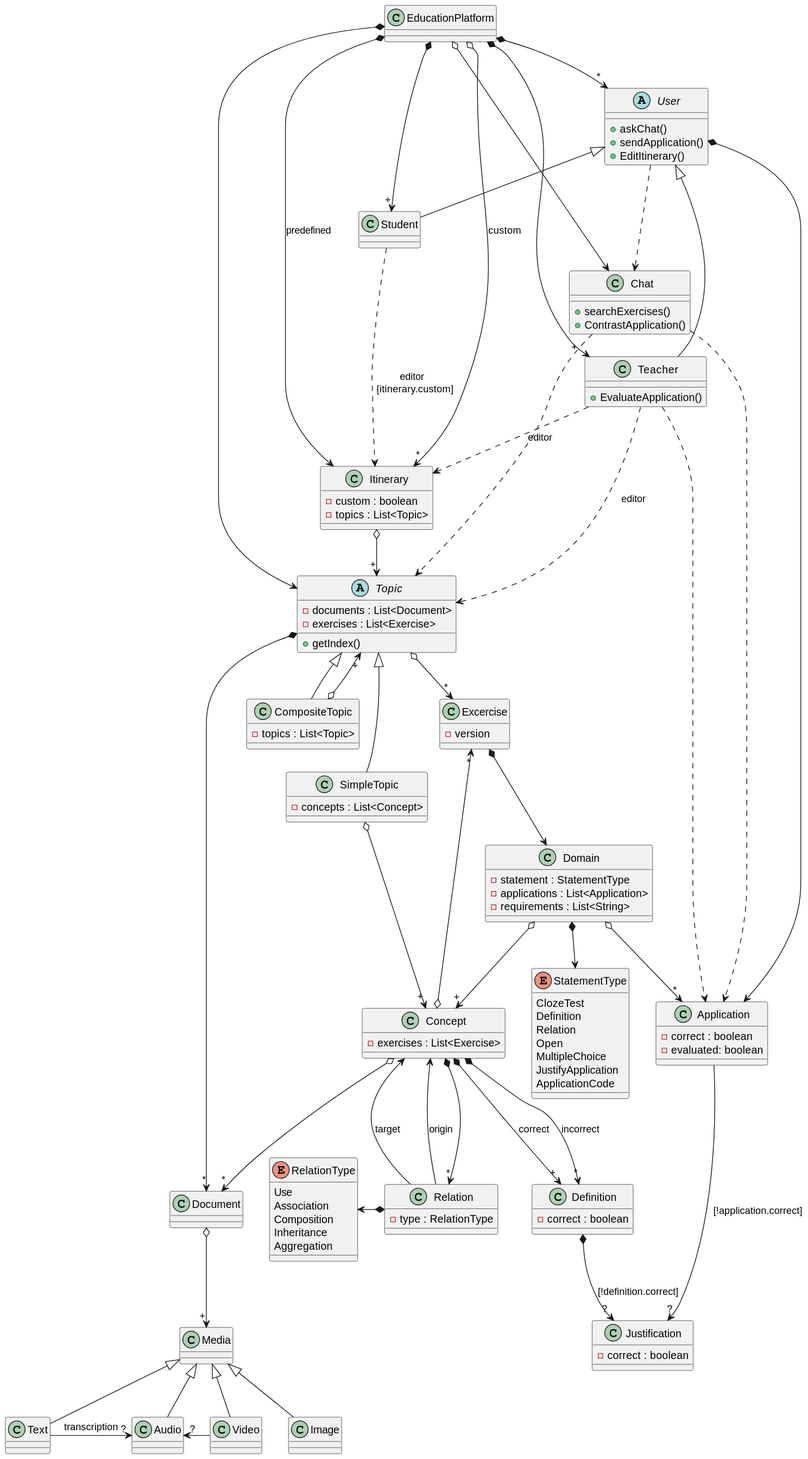
Earlier version of the PlantUML export out/Diagrams/EducationPlatform/Domain/EducationPlatformDomain.svg (jumpering/lab-turing).
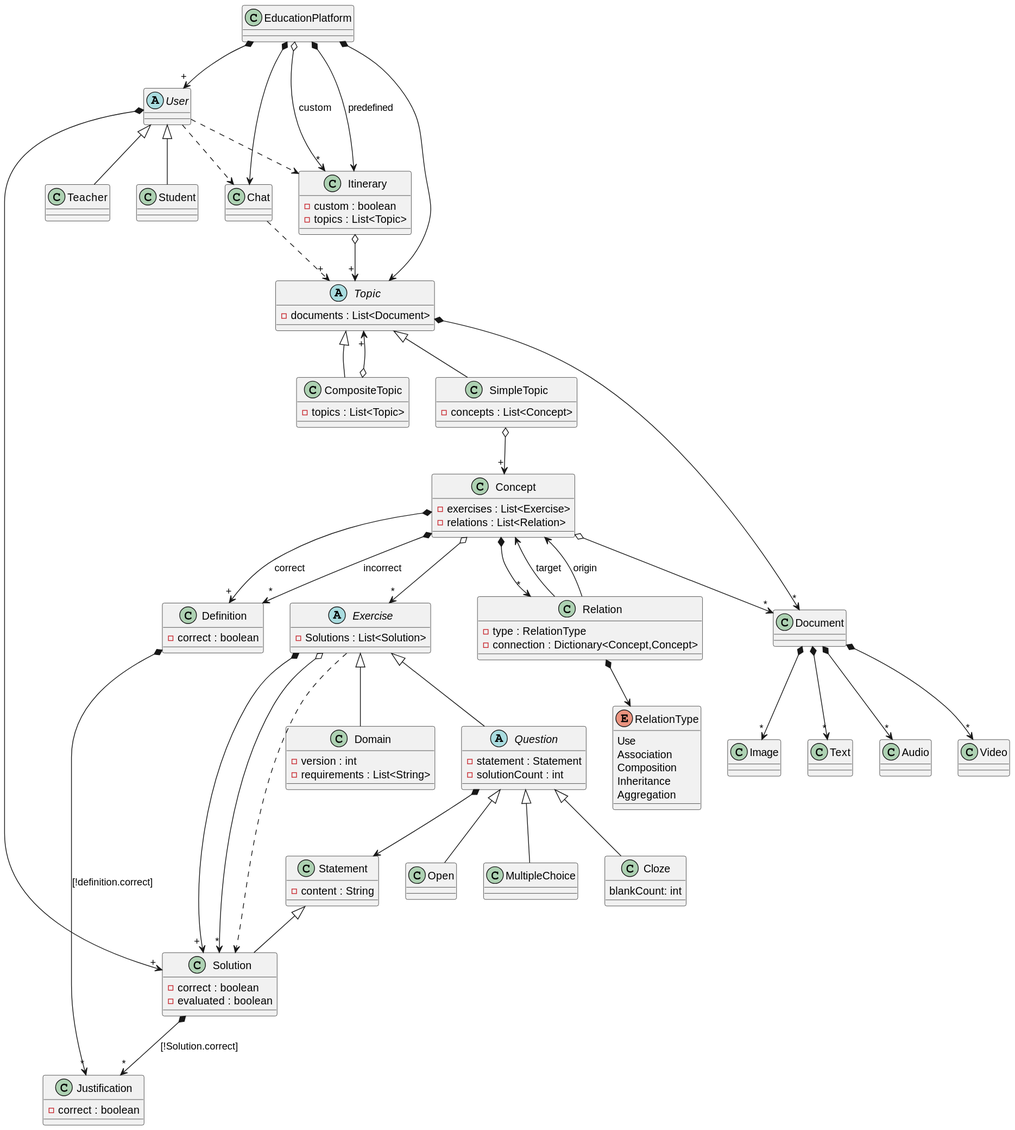
Later version of the same file.

Commit message:
export diagram

What changed in the source:
```diff
@@ -1,25 +1,28 @@
 @startuml
-EducationPlatform *--> "+" Teacher
-EducationPlatform *--> "+" Student
+EducationPlatform *--> "+" User
 EducationPlatform *--> Topic
 EducationPlatform *--> Itinerary : predefined
 EducationPlatform o--> "*" Itinerary : custom
-EducationPlatform o--> Chat
-EducationPlatform *--> "*" User
+EducationPlatform *--> Chat
 
+abstract User{
+}
 
+User <|-- Teacher
+User <|-- Student
+User *-->"+" Solution
+User ..> Chat
+User ..> Itinerary
 
+class Teacher{
+}
+
+class Student{
+}
 
 class Chat{
-    + searchExercises()
-    + ContrastApplication()
 }
-Chat ..> Topic
-Chat ..> Application
-
-
-
-
+Chat ..> "+" Topic
 
 class Itinerary {
     - custom : boolean
@@ -27,163 +30,96 @@
 }
 Itinerary o--> "+" Topic
 
-
-
-
-
-class Application {
-    - correct : boolean
-    - evaluated: boolean
-}
-Application --> "?" Justification:[!application.correct]
-
-
-
-
-
 class Definition {
     - correct : boolean
 }
-Definition *--> "?" Justification:[!definition.correct]
-
-
-
-
+Definition *--> "*" Justification:[!definition.correct]
 
 class Justification {
     - correct : boolean
 }
 
-
-
-
-
 class Domain {
-    - statement : StatementType
-    - applications : List<Application>
+    - version : int
     - requirements : List<String>
 }
-Domain o-->"+" Concept
-Domain o-->"*" Application
-Domain *--> StatementType
 
+abstract Exercise {
+    - Solutions : List<Solution>
+}
+Exercise <|-- Domain
+Exercise <|-- Question
+Exercise *-->"+" Solution
+Exercise o-->"*" Solution
+Exercise ..> Solution
 
+abstract Question{
+    - statement : Statement
+    - solutionCount : int
+}
+Question *-->Statement
+Question <|-- MultipleChoice
+Question <|-- Cloze
+Question <|-- Open
 
-
-
-enum StatementType {
-    ClozeTest
-    Definition
-    Relation
-    Open
-    MultipleChoice
-    JustifyApplication
-    ApplicationCode
+class Cloze{
+    blankCount: int
 }
 
+class MultipleChoice{
+}
 
+class Solution{
+    - correct : boolean
+    - evaluated : boolean
+}
+Solution *--> "*" Justification:[!Solution.correct]
 
-
-
-abstract User{
-    + askChat()
-    + sendApplication()
-    + EditItinerary()
+class Statement{
+    - content : String
 }
-User <|-- Teacher
-User <|-- Student
-User *--> Application
-User ..> Chat
-
-
-
-
-class Teacher{
-    + EvaluateApplication()
-}
-Teacher ..> Application
-Teacher ..> Topic: editor
-Teacher ..> Itinerary: editor
-
-
-
-
-class Student{
-}
-Student ...> Itinerary : editor \n [itinerary.custom]
-
-
-
-
-
-class Excercise {
-    - version
-}
-Excercise *--> Domain
-
-
-
-
+Statement <|-- Solution
 
 abstract Topic{
     - documents : List<Document>
-    - exercises : List<Exercise>
-    + getIndex()
 }
 Topic *--> "*" Document
 Topic <|-- CompositeTopic
 Topic <|-- SimpleTopic
-Topic o--> "*" Excercise
-
-
-
 
 class SimpleTopic{
     - concepts : List<Concept>
 }
 SimpleTopic o--> "+" Concept
 
-
-
-
-
 class CompositeTopic{
     - topics : List<Topic>
 }
 CompositeTopic o--> "+" Topic
 
-
-
-
-
-Document o--> "+" Media
-
-
-
+class Document{}
+Document *-->"*" Audio
+Document *-->"*" Video
+Document *-->"*" Image
+Document *-->"*" Text
 
 class Concept{
     - exercises : List<Exercise>
+    - relations : List<Relation>
 }
 Concept *-down-> "+" Definition : correct
 Concept *-down-> "*" Definition : incorrect
 Concept *-down-> "*" Relation
 Concept o-down-> "*" Document
-Concept o-down-> "*" Excercise
-
-
-
-
+Concept o-down-> "*" Exercise
 
 class Relation {
     - type : RelationType
+    - connection : Dictionary<Concept,Concept>
 }
 Relation --> Concept : target
-Relation *-left-> RelationType
+Relation *-down-> RelationType
 Relation --> Concept : origin
-
-
-
-
 
 enum RelationType {
     Use
@@ -192,22 +128,4 @@
     Inheritance
     Aggregation
 }
-
-
-
-
-
-class Media {
-}
-Media <|-- Audio
-Media <|-- Video
-Media <|-- Image
-Media <|-- Text
-
-
-
-
-
-Video -left-> "?" Audio
-Text -right-> "?" Audio : transcription
 @enduml
```
